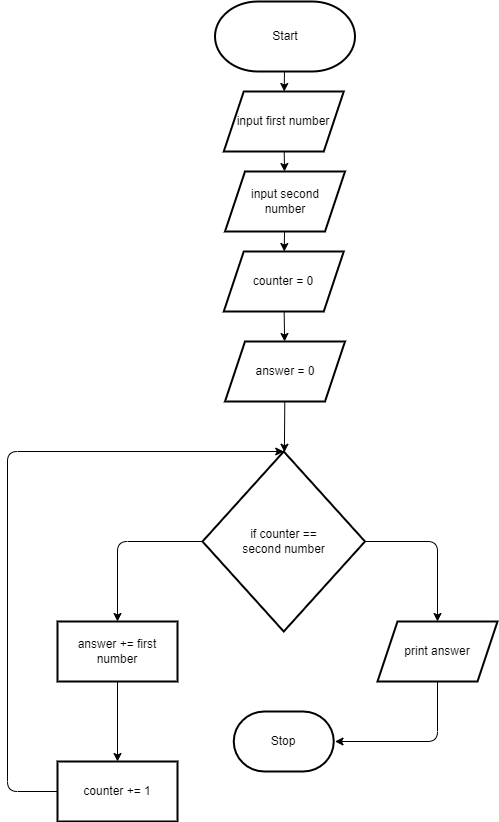
This is design/flow-chart.png from Ali-Mugamai/ICS20-5-08-JS, a draw.io export, as it was before one commit. Source tidied: cells renumbered, new cells last; positions are measured from the earlier drawing's top-left corner, leaving out a move shared by most shapes.
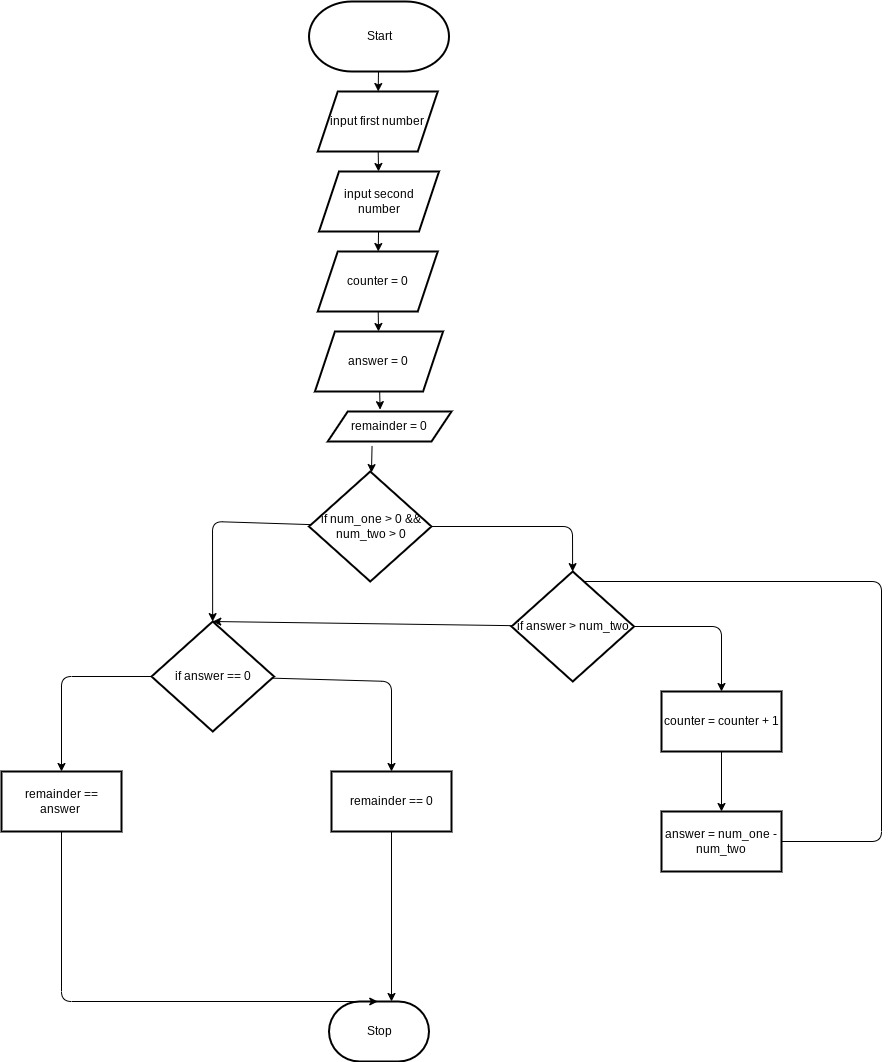
The same diagram one commit later.

What changed in the source:
```diff
@@ -9,25 +9,15 @@
       <mxGeometry x="207.5" width="140" height="70" as="geometry" />
     </mxCell>
     <mxCell id="4" value="Stop" style="strokeWidth=2;html=1;shape=mxgraph.flowchart.terminator;whiteSpace=wrap;" parent="1" vertex="1">
-      <mxGeometry x="226.2" y="710" width="100" height="60" as="geometry" />
+      <mxGeometry x="227.5" y="1000" width="100" height="60" as="geometry" />
     </mxCell>
-    <mxCell id="5" style="edgeStyle=none;html=1;" parent="1" edge="1" source="7" target="18">
+    <mxCell id="5" style="edgeStyle=none;html=1;exitX=1;exitY=0.5;exitDx=0;exitDy=0;" parent="1" edge="1" source="30" target="18">
       <mxGeometry relative="1" as="geometry">
         <Array as="points">
-          <mxPoint x="110" y="540" />
+          <mxPoint x="620" y="625" />
         </Array>
       </mxGeometry>
     </mxCell>
-    <mxCell id="6" style="edgeStyle=none;html=1;entryX=0.5;entryY=0;entryDx=0;entryDy=0;" parent="1" edge="1" source="7" target="20">
-      <mxGeometry relative="1" as="geometry">
-        <Array as="points">
-          <mxPoint x="430" y="540" />
-        </Array>
-      </mxGeometry>
-    </mxCell>
-    <mxCell id="7" value="if counter == &lt;br&gt;second number" style="rhombus;whiteSpace=wrap;html=1;strokeWidth=2;" parent="1" vertex="1">
-      <mxGeometry x="195" y="450" width="162.5" height="180" as="geometry" />
-    </mxCell>
     <mxCell id="8" style="edgeStyle=none;html=1;" parent="1" edge="1" source="9" target="11">
       <mxGeometry relative="1" as="geometry" />
     </mxCell>
@@ -46,39 +36,96 @@
     <mxCell id="13" value="counter = 0" style="shape=parallelogram;perimeter=parallelogramPerimeter;whiteSpace=wrap;html=1;fixedSize=1;strokeWidth=2;" parent="1" vertex="1">
       <mxGeometry x="216.2" y="250" width="120" height="60" as="geometry" />
     </mxCell>
-    <mxCell id="14" style="edgeStyle=none;html=1;" parent="1" edge="1" source="15" target="7">
-      <mxGeometry relative="1" as="geometry" />
-    </mxCell>
+    <mxCell id="22" style="edgeStyle=none;html=1;entryX=0.423;entryY=-0.062;entryDx=0;entryDy=0;entryPerimeter=0;" parent="1" edge="1" source="15" target="25">
+      <mxGeometry relative="1" as="geometry" />
+    </mxCell>
     <mxCell id="15" value="answer = 0" style="shape=parallelogram;perimeter=parallelogramPerimeter;whiteSpace=wrap;html=1;fixedSize=1;strokeWidth=2;" parent="1" vertex="1">
-      <mxGeometry x="217.5" y="340" width="120" height="60" as="geometry" />
+      <mxGeometry x="213.4" y="330" width="128.1" height="60" as="geometry" />
     </mxCell>
-    <mxCell id="16" style="edgeStyle=none;html=1;entryX=0.5;entryY=0;entryDx=0;entryDy=0;exitX=0;exitY=0.5;exitDx=0;exitDy=0;" parent="1" edge="1" source="21" target="7">
-      <mxGeometry relative="1" as="geometry">
-        <Array as="points">
-          <mxPoint y="790" />
-          <mxPoint y="450" />
-        </Array>
-      </mxGeometry>
-    </mxCell>
     <mxCell id="17" style="edgeStyle=none;html=1;" parent="1" edge="1" source="18" target="21">
       <mxGeometry relative="1" as="geometry" />
     </mxCell>
-    <mxCell id="18" value="answer += first number" style="whiteSpace=wrap;html=1;strokeWidth=2;" parent="1" vertex="1">
-      <mxGeometry x="50" y="620" width="120" height="60" as="geometry" />
+    <mxCell id="18" value="counter = counter + 1" style="whiteSpace=wrap;html=1;strokeWidth=2;" parent="1" vertex="1">
+      <mxGeometry x="560" y="690" width="120" height="60" as="geometry" />
     </mxCell>
-    <mxCell id="19" style="edgeStyle=none;html=1;" parent="1" edge="1" source="20">
-      <mxGeometry relative="1" as="geometry">
-        <mxPoint x="327.5" y="740" as="targetPoint" />
-        <Array as="points">
-          <mxPoint x="430" y="740" />
-        </Array>
-      </mxGeometry>
-    </mxCell>
-    <mxCell id="20" value="print answer" style="shape=parallelogram;perimeter=parallelogramPerimeter;whiteSpace=wrap;html=1;fixedSize=1;strokeWidth=2;" parent="1" vertex="1">
-      <mxGeometry x="370" y="620" width="120" height="60" as="geometry" />
-    </mxCell>
+    <mxCell id="23" style="edgeStyle=none;html=1;fontColor=#F0F0F0;" parent="1" edge="1" source="21">
+      <mxGeometry relative="1" as="geometry">
+        <mxPoint x="471.2" y="580" as="targetPoint" />
+        <Array as="points">
+          <mxPoint x="780" y="840" />
+          <mxPoint x="780" y="580" />
+        </Array>
+      </mxGeometry>
+    </mxCell>
-    <mxCell id="21" value="counter += 1" style="whiteSpace=wrap;html=1;strokeWidth=2;" parent="1" vertex="1">
-      <mxGeometry x="50" y="760" width="120" height="60" as="geometry" />
+    <mxCell id="21" value="answer = num_one - num_two" style="whiteSpace=wrap;html=1;strokeWidth=2;" parent="1" vertex="1">
+      <mxGeometry x="560" y="810" width="120" height="60" as="geometry" />
     </mxCell>
+    <mxCell id="24" style="edgeStyle=none;html=1;fontColor=#F0F0F0;exitX=0.358;exitY=1.149;exitDx=0;exitDy=0;exitPerimeter=0;" parent="1" edge="1" source="25" target="28">
+      <mxGeometry relative="1" as="geometry" />
+    </mxCell>
+    <mxCell id="25" value="remainder = 0" style="shape=parallelogram;perimeter=parallelogramPerimeter;whiteSpace=wrap;html=1;fixedSize=1;strokeWidth=2;" parent="1" vertex="1">
+      <mxGeometry x="226.2" y="410" width="123.8" height="30" as="geometry" />
+    </mxCell>
+    <mxCell id="26" style="edgeStyle=none;html=1;fontColor=#F0F0F0;" parent="1" edge="1" source="28" target="30">
+      <mxGeometry relative="1" as="geometry">
+        <Array as="points">
+          <mxPoint x="471" y="525" />
+        </Array>
+      </mxGeometry>
+    </mxCell>
+    <mxCell id="27" style="edgeStyle=none;html=1;fontColor=#F0F0F0;" parent="1" edge="1" source="28" target="33">
+      <mxGeometry relative="1" as="geometry">
+        <Array as="points">
+          <mxPoint x="111" y="520" />
+        </Array>
+      </mxGeometry>
+    </mxCell>
+    <mxCell id="28" value="if num_one &amp;gt; 0 &amp;amp;&amp;amp; &lt;br&gt;num_two &amp;gt; 0" style="rhombus;whiteSpace=wrap;html=1;strokeWidth=2;" parent="1" vertex="1">
+      <mxGeometry x="207.5" y="470" width="122.5" height="110" as="geometry" />
+    </mxCell>
+    <mxCell id="29" style="edgeStyle=none;html=1;fontColor=#F0F0F0;" parent="1" edge="1" source="30">
+      <mxGeometry relative="1" as="geometry">
+        <mxPoint x="111.2" y="620" as="targetPoint" />
+      </mxGeometry>
+    </mxCell>
+    <mxCell id="30" value="if answer &amp;gt; num_two" style="rhombus;whiteSpace=wrap;html=1;strokeWidth=2;" parent="1" vertex="1">
+      <mxGeometry x="410" y="570" width="122.5" height="110" as="geometry" />
+    </mxCell>
+    <mxCell id="31" style="edgeStyle=none;html=1;fontColor=#F0F0F0;" parent="1" edge="1" source="33" target="35">
+      <mxGeometry relative="1" as="geometry">
+        <Array as="points">
+          <mxPoint x="290" y="680" />
+        </Array>
+      </mxGeometry>
+    </mxCell>
+    <mxCell id="32" style="edgeStyle=none;html=1;fontColor=#F0F0F0;" parent="1" edge="1" source="33" target="37">
+      <mxGeometry relative="1" as="geometry">
+        <Array as="points">
+          <mxPoint x="-40" y="675" />
+        </Array>
+      </mxGeometry>
+    </mxCell>
+    <mxCell id="33" value="if answer == 0" style="rhombus;whiteSpace=wrap;html=1;strokeWidth=2;" parent="1" vertex="1">
+      <mxGeometry x="50" y="620" width="122.5" height="110" as="geometry" />
+    </mxCell>
+    <mxCell id="34" style="edgeStyle=none;html=1;fontColor=#F0F0F0;" parent="1" edge="1" source="35">
+      <mxGeometry relative="1" as="geometry">
+        <mxPoint x="290" y="1000" as="targetPoint" />
+      </mxGeometry>
+    </mxCell>
+    <mxCell id="35" value="remainder == 0" style="whiteSpace=wrap;html=1;strokeWidth=2;" parent="1" vertex="1">
+      <mxGeometry x="230" y="770" width="120" height="60" as="geometry" />
+    </mxCell>
+    <mxCell id="36" style="edgeStyle=none;html=1;fontColor=#F0F0F0;" parent="1" edge="1" source="37">
+      <mxGeometry relative="1" as="geometry">
+        <mxPoint x="276.2" y="1000" as="targetPoint" />
+        <Array as="points">
+          <mxPoint x="-40" y="1000" />
+        </Array>
+      </mxGeometry>
+    </mxCell>
+    <mxCell id="37" value="remainder == answer&amp;nbsp;" style="whiteSpace=wrap;html=1;strokeWidth=2;" parent="1" vertex="1">
+      <mxGeometry x="-100" y="770" width="120" height="60" as="geometry" />
+    </mxCell>
   </root>
 </mxGraphModel>
```
